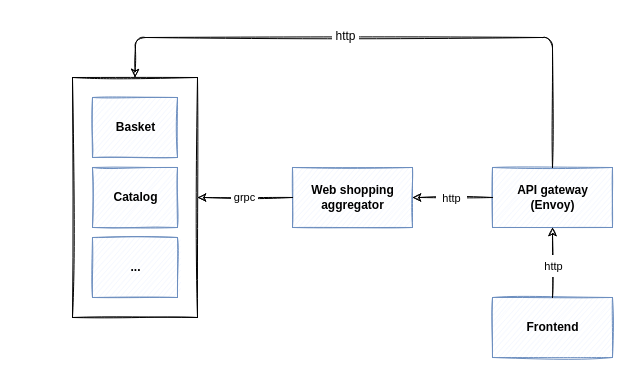
The draw.io diagram page "eshop-on-containers" (2 of 3) of eshop.drawio in EdwinVW/dapr-for-net-devs-diagrams, before the edit. Source tidied: cells renumbered, new cells numbered last; positions are measured from the earlier drawing's top-left corner, leaving out a move shared by most shapes. Both pictures are drawn from the tidied source at 100%, with x=0, y=0 at pixel (17, 17).
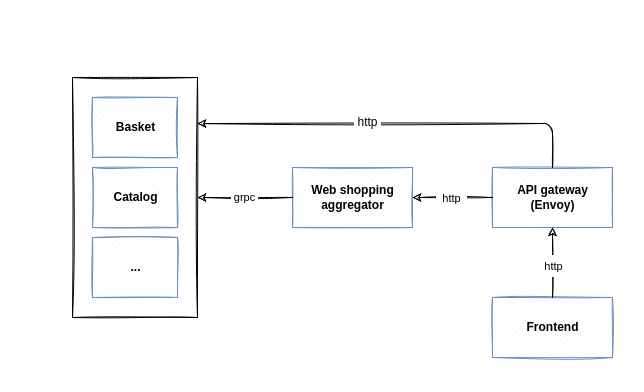
The same diagram, later.

The change refers to these unchanged cells:
```xml
<mxCell id="3" style="rounded=0;whiteSpace=wrap;html=1;sketch=1;" parent="1" vertex="1">
  <mxGeometry x="55" y="60" width="125" height="240" as="geometry" />
</mxCell>
<mxCell id="4" value="API gateway&lt;br&gt;(Envoy)" style="html=1;sketch=1;strokeColor=#6c8ebf;fontStyle=1;labelBackgroundColor=none;fillColor=#F0F4FF;" parent="1" vertex="1">
  <mxGeometry x="475" y="150" width="120" height="60" as="geometry" />
</mxCell>
```

The edit, as a diff of the source:
```diff
@@
     <mxCell id="2" style="rounded=0;whiteSpace=wrap;html=1;fontSize=13;strokeColor=none;" parent="1" vertex="1">
-      <mxGeometry width="610" height="358" as="geometry" />
+      <mxGeometry x="25" y="38" width="585" height="320" as="geometry" />
     </mxCell>
@@
-    <mxCell id="14" style="endArrow=classic;html=1;entryX=0.5;entryY=0;entryDx=0;entryDy=0;exitX=0.5;exitY=0;exitDx=0;exitDy=0;sketch=1;" parent="1" edge="1" source="4" target="3">
+    <mxCell id="14" style="endArrow=classic;html=1;entryX=1;entryY=0.192;entryDx=0;entryDy=0;exitX=0.5;exitY=0;exitDx=0;exitDy=0;sketch=1;entryPerimeter=0;" parent="1" edge="1" source="4" target="3">
       <mxGeometry relative="1" as="geometry">
         <Array as="points">
-          <mxPoint x="535" y="20" />
-          <mxPoint x="118" y="20" />
+          <mxPoint x="535" y="106" />
         </Array>
       </mxGeometry>
     </mxCell>
```
